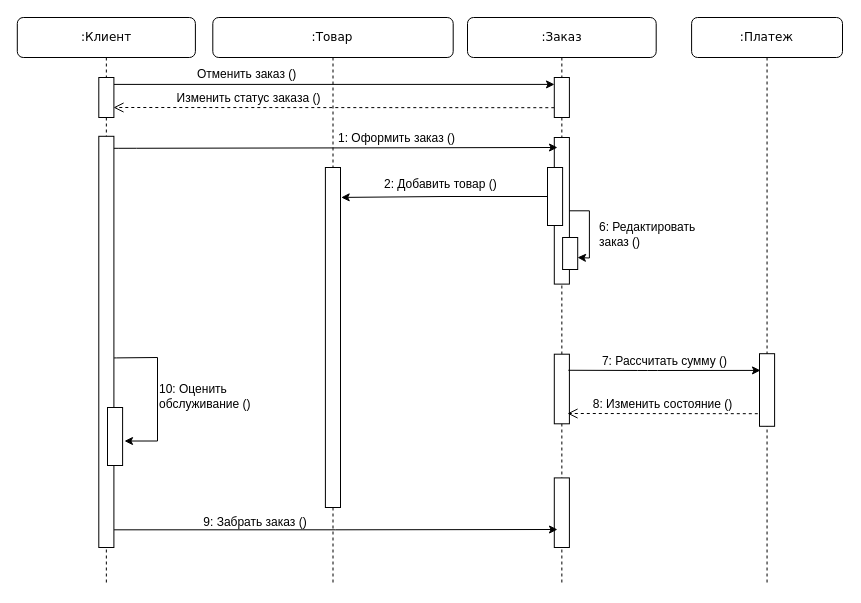
Before: дгрмм последовательности.drawio in Ksenix-CopLLeRe/preparation, a draw.io diagram. Source tidied: cells renumbered, new cells numbered last; positions are measured from the earlier drawing's top-left corner, leaving out a move shared by most shapes. Both pictures are drawn from the tidied source at 100%, with x=0, y=0 at pixel (17, 17).
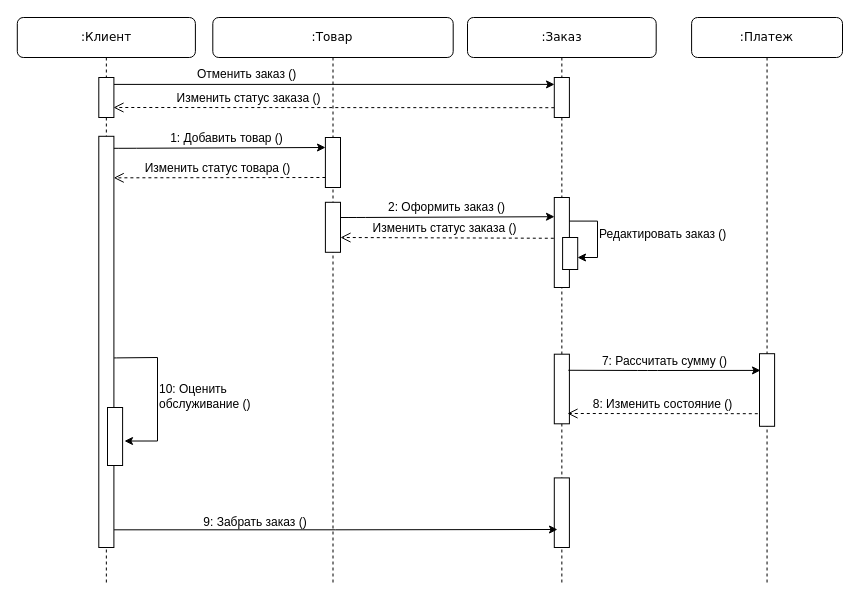
After the change.

Unchanged cells that the change refers to:
```xml
<mxCell id="2" style="group;" parent="1" vertex="1">
  <mxGeometry x="10" width="815" height="568" as="geometry" />
</mxCell>
<mxCell id="3" value=":Заказ" style="shape=umlLifeline;perimeter=lifelinePerimeter;whiteSpace=wrap;html=1;rounded=1;shadow=0;comic=0;labelBackgroundColor=none;strokeWidth=1;fontFamily=Verdana;fontSize=12;align=center;" parent="2" vertex="1">
  <mxGeometry x="440" width="188.7" height="568" as="geometry" />
</mxCell>
<mxCell id="16" value=":Товар" style="shape=umlLifeline;perimeter=lifelinePerimeter;whiteSpace=wrap;html=1;rounded=1;shadow=0;comic=0;labelBackgroundColor=none;strokeWidth=1;fontFamily=Verdana;fontSize=12;align=center;" parent="2" vertex="1">
  <mxGeometry x="185.3" width="240.4" height="568" as="geometry" />
</mxCell>
<mxCell id="28" style="html=1;points=[];perimeter=orthogonalPerimeter;rounded=0;shadow=0;comic=0;labelBackgroundColor=none;strokeWidth=1;fontFamily=Verdana;fontSize=12;align=center;" parent="2" vertex="1">
  <mxGeometry x="71.3" y="118.8" width="15.1" height="411.2" as="geometry" />
</mxCell>
```

What changed in the source:
```diff
@@
-    <mxCell id="4" style="html=1;points=[];perimeter=orthogonalPerimeter;rounded=0;shadow=0;comic=0;labelBackgroundColor=none;strokeWidth=1;fontFamily=Verdana;fontSize=12;align=center;" parent="3" vertex="1">
-      <mxGeometry x="86.8" y="120" width="15.1" height="146.6" as="geometry" />
-    </mxCell>
@@
-    <mxCell id="7" value="&lt;font face=&quot;Helvetica&quot;&gt;1: Оформить заказ ()&lt;/font&gt;" style="html=1;verticalAlign=bottom;endArrow=classic;labelBackgroundColor=none;fontFamily=Verdana;fontSize=12;edgeStyle=elbowEdgeStyle;elbow=horizontal;exitX=1.5;exitY=0.091;exitDx=0;exitDy=0;exitPerimeter=0;endFill=1;" parent="3" edge="1">
-      <mxGeometry x="0.28" relative="1" as="geometry">
+    <mxCell id="7" value="&lt;font face=&quot;Helvetica&quot;&gt;1: Добавить товар ()&lt;/font&gt;" style="html=1;verticalAlign=bottom;endArrow=classic;labelBackgroundColor=none;fontFamily=Verdana;fontSize=12;edgeStyle=elbowEdgeStyle;elbow=horizontal;exitX=1.5;exitY=0.091;exitDx=0;exitDy=0;exitPerimeter=0;endFill=1;" parent="3" edge="1">
+      <mxGeometry x="0.08" relative="1" as="geometry">
         <mxPoint x="-356.2" y="130.8" as="sourcePoint" />
-        <mxPoint x="90" y="130" as="targetPoint" />
+        <mxPoint x="-142" y="130" as="targetPoint" />
         <Array as="points">
           <mxPoint x="-341.1" y="130.8" />
           <mxPoint x="-265.7" y="130.8" />
         </Array>
       </mxGeometry>
     </mxCell>
@@
-    <mxCell id="13" value="2: Добавить&amp;nbsp;&lt;span style=&quot;background-color: initial;&quot;&gt;товар ()&lt;/span&gt;" style="text;strokeColor=none;align=left;fillColor=none;html=1;verticalAlign=middle;whiteSpace=wrap;rounded=0;" parent="2" vertex="1">
-      <mxGeometry x="355" y="150" width="130" height="34.8" as="geometry" />
-    </mxCell>
@@
-    <mxCell id="17" style="edgeStyle=orthogonalEdgeStyle;rounded=0;jettySize=auto;html=1;entryX=1.046;entryY=0.088;entryDx=0;entryDy=0;entryPerimeter=0;" parent="2" edge="1" source="18" target="19">
-      <mxGeometry relative="1" as="geometry" />
-    </mxCell>
-    <mxCell id="18" style="html=1;points=[];perimeter=orthogonalPerimeter;rounded=0;shadow=0;comic=0;labelBackgroundColor=none;strokeWidth=1;fontFamily=Verdana;fontSize=12;align=center;" parent="2" vertex="1">
-      <mxGeometry x="520" y="150" width="15.1" height="58" as="geometry" />
-    </mxCell>
+    <mxCell id="32" value="&lt;font face=&quot;Helvetica&quot;&gt;Изменить статус товара ()&lt;/font&gt;" style="html=1;verticalAlign=bottom;endArrow=open;dashed=1;endSize=8;labelBackgroundColor=none;fontFamily=Verdana;fontSize=12;entryX=0.986;entryY=0.101;entryDx=0;entryDy=0;entryPerimeter=0;" parent="16" edge="1" target="28">
+      <mxGeometry x="0.02" relative="1" as="geometry">
+        <mxPoint x="112.6" y="160" as="sourcePoint" />
+      </mxGeometry>
+    </mxCell>
     <mxCell id="19" style="html=1;points=[];perimeter=orthogonalPerimeter;rounded=0;shadow=0;comic=0;labelBackgroundColor=none;strokeWidth=1;fontFamily=Verdana;fontSize=12;align=center;" parent="2" vertex="1">
-      <mxGeometry x="297.9" y="150" width="15.1" height="340" as="geometry" />
+      <mxGeometry x="297.9" y="120" width="15.1" height="50" as="geometry" />
     </mxCell>
-    <mxCell id="20" style="html=1;perimeter=orthogonalPerimeter;rounded=0;shadow=0;comic=0;labelBackgroundColor=none;strokeWidth=1;fontFamily=Verdana;fontSize=12;align=center;" parent="2" vertex="1">
-      <mxGeometry x="535.1" y="220" width="15.1" height="32" as="geometry" />
-    </mxCell>
-    <mxCell id="21" value="6: Редактировать заказ ()" style="text;strokeColor=none;align=left;fillColor=none;html=1;verticalAlign=middle;whiteSpace=wrap;rounded=0;" parent="2" vertex="1">
+    <mxCell id="21" value="Редактировать заказ ()" style="text;strokeColor=none;align=left;fillColor=none;html=1;verticalAlign=middle;whiteSpace=wrap;rounded=0;" parent="2" vertex="1">
       <mxGeometry x="570" y="200" width="130" height="34.8" as="geometry" />
     </mxCell>
-    <mxCell id="22" style="edgeStyle=orthogonalEdgeStyle;rounded=0;jettySize=auto;html=1;" parent="2" edge="1" source="4">
+    <mxCell id="22" style="edgeStyle=orthogonalEdgeStyle;rounded=0;jettySize=auto;html=1;exitX=0.957;exitY=0.262;exitDx=0;exitDy=0;exitPerimeter=0;" parent="2" edge="1" source="4">
       <mxGeometry relative="1" as="geometry">
         <mxPoint x="550" y="240" as="targetPoint" />
+        <Array as="points">
+          <mxPoint x="570" y="204" />
+          <mxPoint x="570" y="240" />
+        </Array>
       </mxGeometry>
     </mxCell>
@@
+    <mxCell id="33" style="html=1;perimeter=orthogonalPerimeter;rounded=0;shadow=0;comic=0;labelBackgroundColor=none;strokeWidth=1;fontFamily=Verdana;fontSize=12;align=center;" parent="2" vertex="1">
+      <mxGeometry x="297.9" y="184.8" width="15.1" height="50" as="geometry" />
+    </mxCell>
+    <mxCell id="34" value="&lt;font face=&quot;Helvetica&quot;&gt;2: Оформить заказ ()&lt;/font&gt;" style="html=1;verticalAlign=bottom;endArrow=classic;labelBackgroundColor=none;fontFamily=Verdana;fontSize=12;edgeStyle=elbowEdgeStyle;elbow=horizontal;exitX=1.5;exitY=0.091;exitDx=0;exitDy=0;exitPerimeter=0;endFill=1;" parent="2" edge="1">
+      <mxGeometry relative="1" as="geometry">
+        <mxPoint x="313" y="200" as="sourcePoint" />
+        <mxPoint x="527" y="199.2" as="targetPoint" />
+        <Array as="points">
+          <mxPoint x="328.1" y="200" />
+          <mxPoint x="403.6" y="200" />
+        </Array>
+      </mxGeometry>
+    </mxCell>
+    <mxCell id="4" style="html=1;points=[];perimeter=orthogonalPerimeter;rounded=0;shadow=0;comic=0;labelBackgroundColor=none;strokeWidth=1;fontFamily=Verdana;fontSize=12;align=center;" parent="2" vertex="1">
+      <mxGeometry x="526.8" y="180" width="15.1" height="90" as="geometry" />
+    </mxCell>
+    <mxCell id="20" style="html=1;perimeter=orthogonalPerimeter;rounded=0;shadow=0;comic=0;labelBackgroundColor=none;strokeWidth=1;fontFamily=Verdana;fontSize=12;align=center;" parent="2" vertex="1">
+      <mxGeometry x="535.1" y="220" width="15.1" height="32" as="geometry" />
+    </mxCell>
+    <mxCell id="35" value="&lt;font face=&quot;Helvetica&quot;&gt;Изменить статус заказа ()&lt;/font&gt;" style="html=1;verticalAlign=bottom;endArrow=open;dashed=1;endSize=8;labelBackgroundColor=none;fontFamily=Verdana;fontSize=12;entryX=0.986;entryY=0.101;entryDx=0;entryDy=0;entryPerimeter=0;exitX=-0.033;exitY=0.453;exitDx=0;exitDy=0;exitPerimeter=0;" parent="2" edge="1" source="4">
+      <mxGeometry x="0.02" relative="1" as="geometry">
+        <mxPoint x="313" y="220" as="targetPoint" />
+      </mxGeometry>
+    </mxCell>
```
